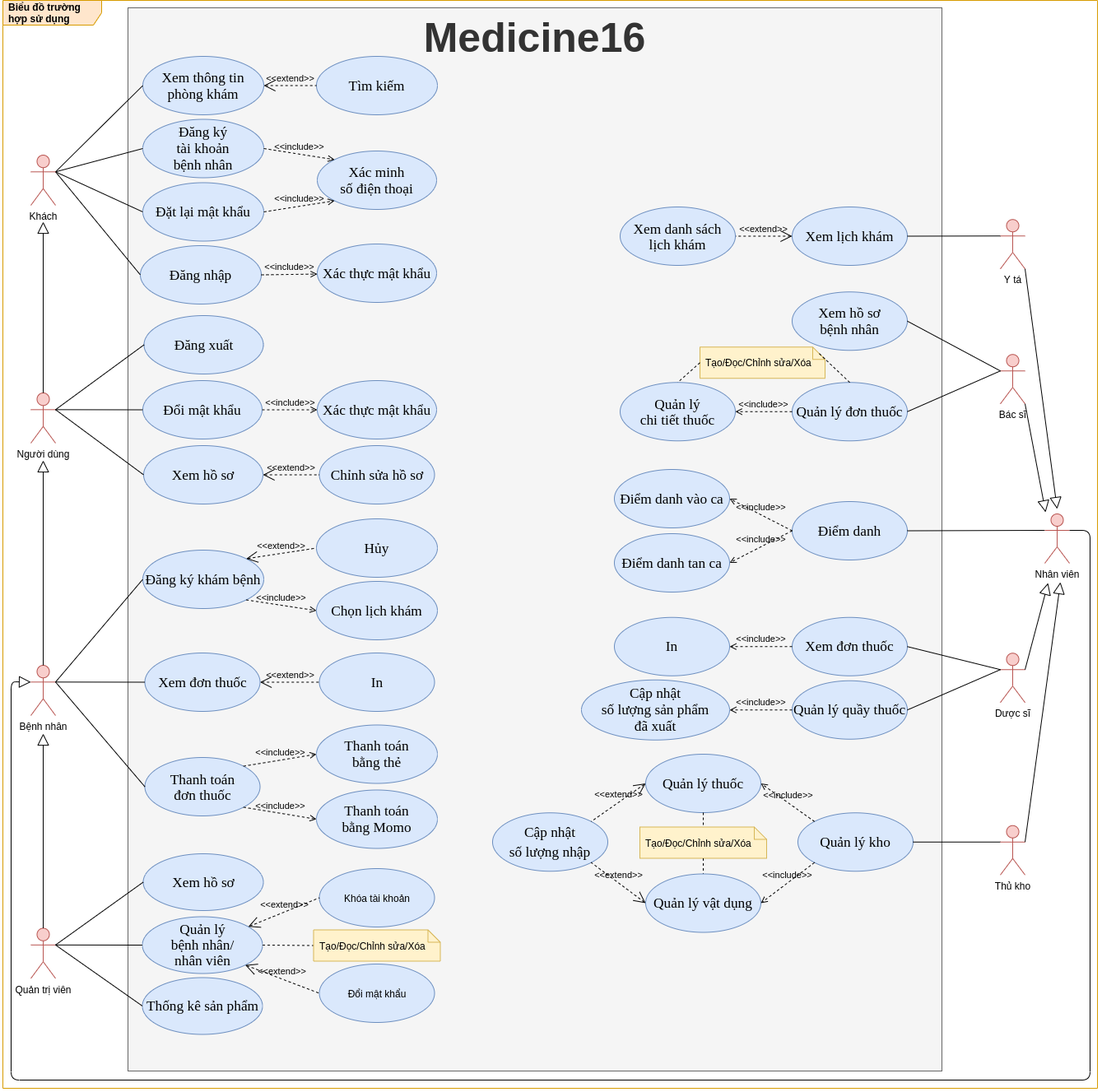
Earlier version of the draw.io export images/Use Case Diagram.png (luclegen/medicine16). Source tidied: cells renumbered, new cells last; positions are measured from the earlier drawing's top-left corner, leaving out a move shared by most shapes.
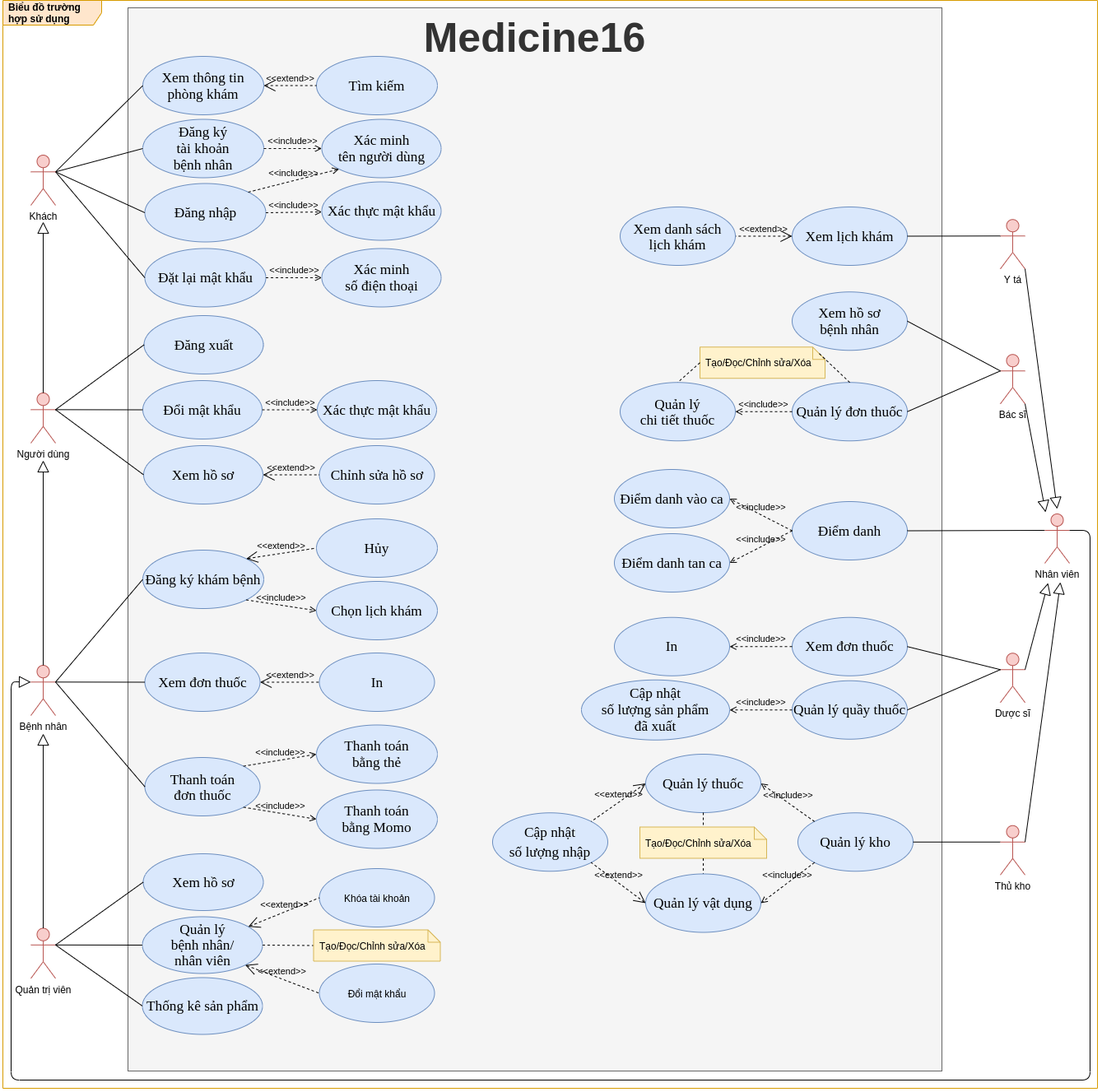
After the commit.

Commit message:
Update Use Case Diagram

Change to the diagram source:
```diff
@@ -15,7 +15,7 @@
       <mxGeometry relative="1" as="geometry" />
     </mxCell>
     <mxCell id="6" value="&lt;font face=&quot;times new roman, serif&quot;&gt;&lt;span style=&quot;font-size: 17.3333px&quot;&gt;Đăng nhập&lt;/span&gt;&lt;/font&gt;" style="ellipse;whiteSpace=wrap;html=1;fillColor=#dae8fc;strokeColor=#6c8ebf;" parent="1" vertex="1">
-      <mxGeometry x="167" y="298" width="147" height="71" as="geometry" />
+      <mxGeometry x="172.5" y="222.5" width="147" height="71" as="geometry" />
     </mxCell>
     <mxCell id="7" style="edgeStyle=none;html=1;endArrow=none;verticalAlign=bottom;entryX=1;entryY=0.3333333333333333;entryDx=0;entryDy=0;entryPerimeter=0;exitX=0;exitY=0.5;exitDx=0;exitDy=0;" parent="1" edge="1" source="6" target="28">
       <mxGeometry relative="1" as="geometry" />
@@ -27,24 +27,21 @@
       <mxGeometry relative="1" as="geometry" />
     </mxCell>
     <mxCell id="10" value="&lt;font face=&quot;times new roman, serif&quot;&gt;&lt;span style=&quot;font-size: 17.3333px&quot;&gt;Xác thực mật khẩu&lt;/span&gt;&lt;/font&gt;" style="ellipse;whiteSpace=wrap;html=1;fillColor=#dae8fc;strokeColor=#6c8ebf;" parent="1" vertex="1">
-      <mxGeometry x="382" y="296" width="145" height="71" as="geometry" />
+      <mxGeometry x="387.5" y="220.5" width="145" height="71" as="geometry" />
     </mxCell>
     <mxCell id="11" value="&amp;lt;&amp;lt;include&amp;gt;&amp;gt;" style="edgeStyle=none;html=1;endArrow=open;verticalAlign=bottom;dashed=1;labelBackgroundColor=none;exitX=1;exitY=0.5;exitDx=0;exitDy=0;" parent="1" edge="1" source="6" target="10">
       <mxGeometry relative="1" as="geometry" />
     </mxCell>
     <mxCell id="12" value="&lt;font face=&quot;times new roman, serif&quot;&gt;&lt;span style=&quot;font-size: 17.3333px&quot;&gt;Xác minh&lt;br&gt;số điện thoại&lt;/span&gt;&lt;/font&gt;" style="ellipse;whiteSpace=wrap;html=1;fillColor=#dae8fc;strokeColor=#6c8ebf;" parent="1" vertex="1">
-      <mxGeometry x="382" y="183" width="145" height="71" as="geometry" />
+      <mxGeometry x="387.5" y="301.5" width="145" height="71" as="geometry" />
     </mxCell>
-    <mxCell id="13" value="&amp;lt;&amp;lt;include&amp;gt;&amp;gt;" style="edgeStyle=none;html=1;endArrow=open;verticalAlign=bottom;dashed=1;labelBackgroundColor=none;exitX=1;exitY=0.5;exitDx=0;exitDy=0;entryX=0;entryY=0;entryDx=0;entryDy=0;" parent="1" edge="1" source="4" target="12">
-      <mxGeometry relative="1" as="geometry" />
-    </mxCell>
     <mxCell id="14" value="&lt;font face=&quot;times new roman, serif&quot;&gt;&lt;span style=&quot;font-size: 17.3333px&quot;&gt;Đặt lại mật khẩu&lt;/span&gt;&lt;/font&gt;" style="ellipse;whiteSpace=wrap;html=1;fillColor=#dae8fc;strokeColor=#6c8ebf;" parent="1" vertex="1">
-      <mxGeometry x="170" y="221.5" width="147" height="71" as="geometry" />
+      <mxGeometry x="172.5" y="301.5" width="147" height="71" as="geometry" />
     </mxCell>
     <mxCell id="15" style="edgeStyle=none;html=1;endArrow=none;verticalAlign=bottom;exitX=0;exitY=0.5;exitDx=0;exitDy=0;entryX=1;entryY=0.3333333333333333;entryDx=0;entryDy=0;entryPerimeter=0;" parent="1" edge="1" source="14" target="28">
       <mxGeometry relative="1" as="geometry" />
     </mxCell>
-    <mxCell id="16" value="&amp;lt;&amp;lt;include&amp;gt;&amp;gt;" style="edgeStyle=none;html=1;endArrow=open;verticalAlign=bottom;dashed=1;labelBackgroundColor=none;exitX=1;exitY=0.5;exitDx=0;exitDy=0;entryX=0;entryY=1;entryDx=0;entryDy=0;" parent="1" edge="1" source="14" target="12">
+    <mxCell id="16" value="&amp;lt;&amp;lt;include&amp;gt;&amp;gt;" style="edgeStyle=none;html=1;endArrow=open;verticalAlign=bottom;dashed=1;labelBackgroundColor=none;exitX=1;exitY=0.5;exitDx=0;exitDy=0;entryX=0;entryY=0.5;entryDx=0;entryDy=0;" parent="1" edge="1" source="14" target="12">
       <mxGeometry relative="1" as="geometry" />
     </mxCell>
     <mxCell id="17" value="&lt;span style=&quot;font-size: 13.0pt ; line-height: 115% ; font-family: &amp;#34;times new roman&amp;#34; , serif&quot;&gt;Xem hồ sơ&lt;/span&gt;" style="ellipse;whiteSpace=wrap;html=1;fillColor=#dae8fc;strokeColor=#6c8ebf;" parent="1" vertex="1">
@@ -362,5 +359,14 @@
     <mxCell id="114" style="edgeStyle=none;html=1;endArrow=none;verticalAlign=bottom;entryX=0;entryY=0.5;entryDx=0;entryDy=0;exitX=1;exitY=0.3333333333333333;exitDx=0;exitDy=0;exitPerimeter=0;" parent="1" edge="1" source="31" target="30">
       <mxGeometry relative="1" as="geometry" />
     </mxCell>
+    <mxCell id="115" value="&lt;font face=&quot;times new roman, serif&quot;&gt;&lt;span style=&quot;font-size: 17.3333px&quot;&gt;Xác minh&lt;br&gt;tên người dùng&lt;/span&gt;&lt;/font&gt;" style="ellipse;whiteSpace=wrap;html=1;fillColor=#dae8fc;strokeColor=#6c8ebf;" parent="1" vertex="1">
+      <mxGeometry x="387.5" y="144.5" width="145" height="71" as="geometry" />
+    </mxCell>
+    <mxCell id="116" value="&amp;lt;&amp;lt;include&amp;gt;&amp;gt;" style="edgeStyle=none;html=1;endArrow=open;verticalAlign=bottom;dashed=1;labelBackgroundColor=none;exitX=1;exitY=0.5;exitDx=0;exitDy=0;entryX=0;entryY=0.5;entryDx=0;entryDy=0;" parent="1" edge="1" source="4" target="115">
+      <mxGeometry relative="1" as="geometry" />
+    </mxCell>
+    <mxCell id="117" value="&amp;lt;&amp;lt;include&amp;gt;&amp;gt;" style="edgeStyle=none;html=1;endArrow=open;verticalAlign=bottom;dashed=1;labelBackgroundColor=none;exitX=1;exitY=0;exitDx=0;exitDy=0;entryX=0;entryY=1;entryDx=0;entryDy=0;" parent="1" edge="1" source="6" target="115">
+      <mxGeometry relative="1" as="geometry" />
+    </mxCell>
   </root>
 </mxGraphModel>
```
